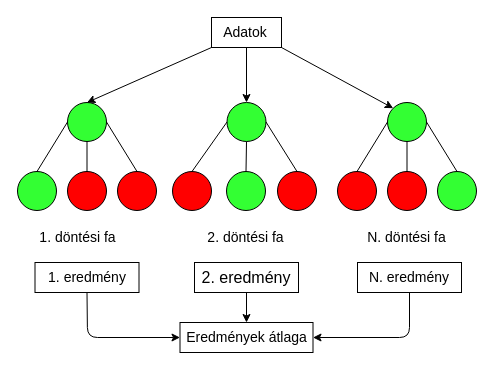
Earlier version of the draw.io diagram Forrest.drawio (HabanAndras/Gepi-latas). Source tidied: cells renumbered, new cells numbered last; positions are measured from the earlier drawing's top-left corner, leaving out a move shared by most shapes. Both pictures are drawn from the tidied source at 100%, with x=0, y=0 at pixel (17, 17).
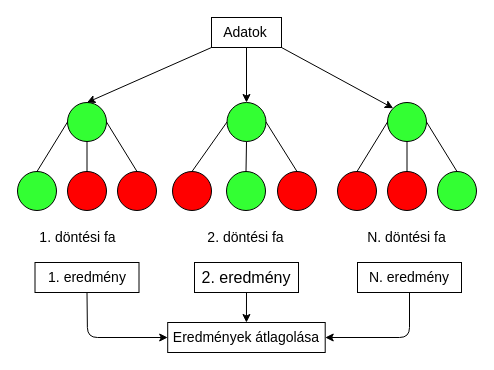
The same page after the edit.

Change to the diagram source:
```diff
@@
-    <mxCell id="34" value="&lt;font style=&quot;font-size: 14px&quot;&gt;Eredmények átlaga&lt;/font&gt;" style="rounded=0;whiteSpace=wrap;html=1;fillColor=#FFFFFF;" parent="1" vertex="1">
-      <mxGeometry x="162.5" y="305" width="133" height="30" as="geometry" />
+    <mxCell id="34" value="&lt;font style=&quot;font-size: 14px&quot;&gt;Eredmények átlagolása&lt;/font&gt;" style="rounded=0;whiteSpace=wrap;html=1;fillColor=#FFFFFF;" parent="1" vertex="1">
+      <mxGeometry x="150.2" y="305" width="157.5" height="30" as="geometry" />
     </mxCell>
```
